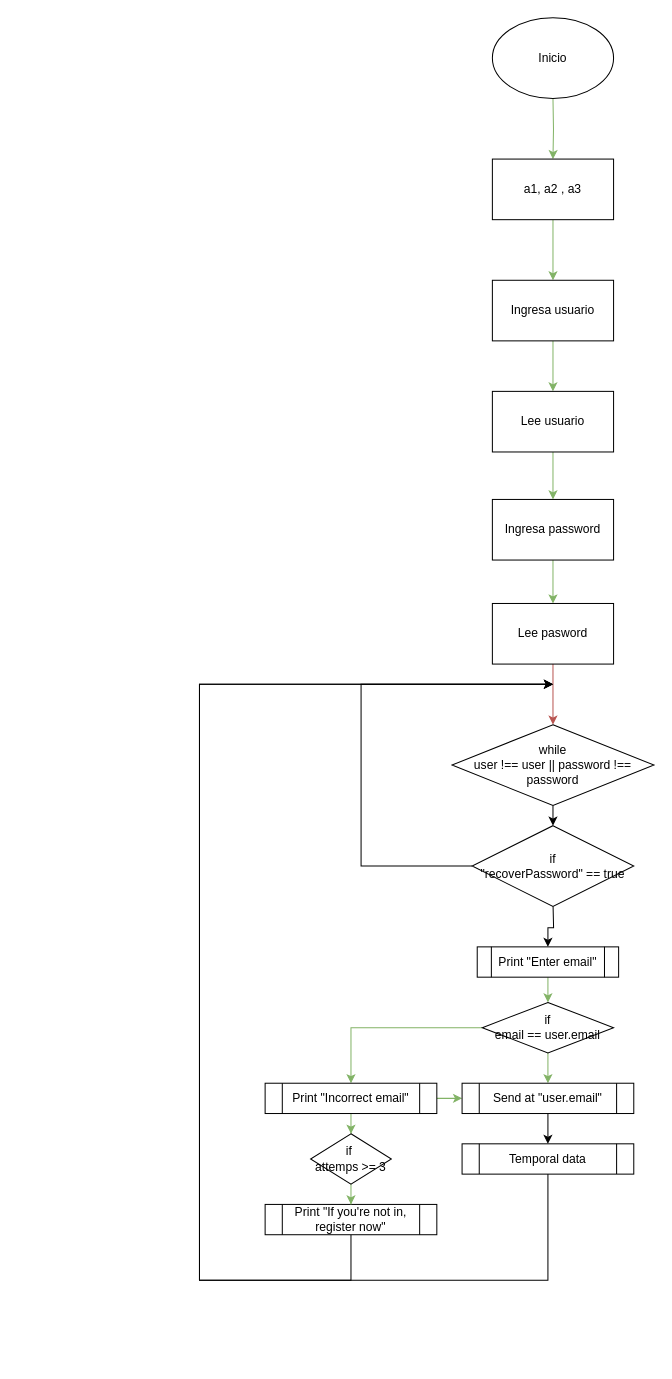
Before: Diagrama sin título.drawio in VictorJ-Ch/Cafeteria-Menu, a draw.io diagram. Source tidied: cells renumbered, new cells numbered last; positions are measured from the earlier drawing's top-left corner, leaving out a move shared by most shapes. Both pictures are drawn from the tidied source at 101%, with x=0, y=0 at pixel (199, 17).
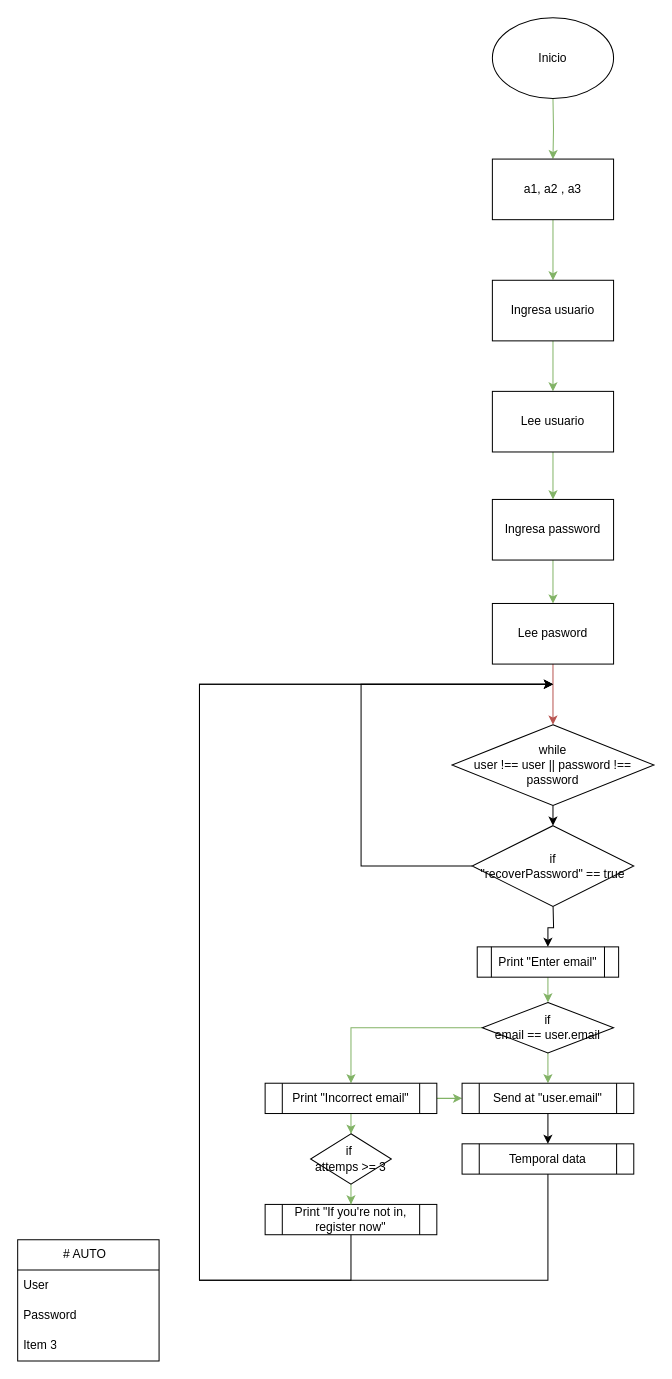
The same diagram, later.

The edit, as a diff of the source:
```diff
@@
+    <mxCell id="35" value="# AUTO&amp;nbsp;&amp;nbsp;" style="swimlane;fontStyle=0;horizontal=1;startSize=30;whiteSpace=wrap;html=1;" parent="1" vertex="1">
+      <mxGeometry x="-180" y="1210" width="140" height="120" as="geometry" />
+    </mxCell>
+    <mxCell id="36" value="User" style="text;strokeColor=none;fillColor=none;align=left;verticalAlign=middle;spacingLeft=4;spacingRight=4;overflow=hidden;whiteSpace=wrap;html=1;" parent="35" vertex="1">
+      <mxGeometry y="30" width="140" height="30" as="geometry" />
+    </mxCell>
+    <mxCell id="37" value="Password" style="text;strokeColor=none;fillColor=none;align=left;verticalAlign=middle;spacingLeft=4;spacingRight=4;overflow=hidden;whiteSpace=wrap;html=1;" parent="35" vertex="1">
+      <mxGeometry y="60" width="140" height="30" as="geometry" />
+    </mxCell>
+    <mxCell id="38" value="Item 3" style="text;strokeColor=none;fillColor=none;align=left;verticalAlign=middle;spacingLeft=4;spacingRight=4;overflow=hidden;whiteSpace=wrap;html=1;" parent="35" vertex="1">
+      <mxGeometry y="90" width="140" height="30" as="geometry" />
+    </mxCell>
```
